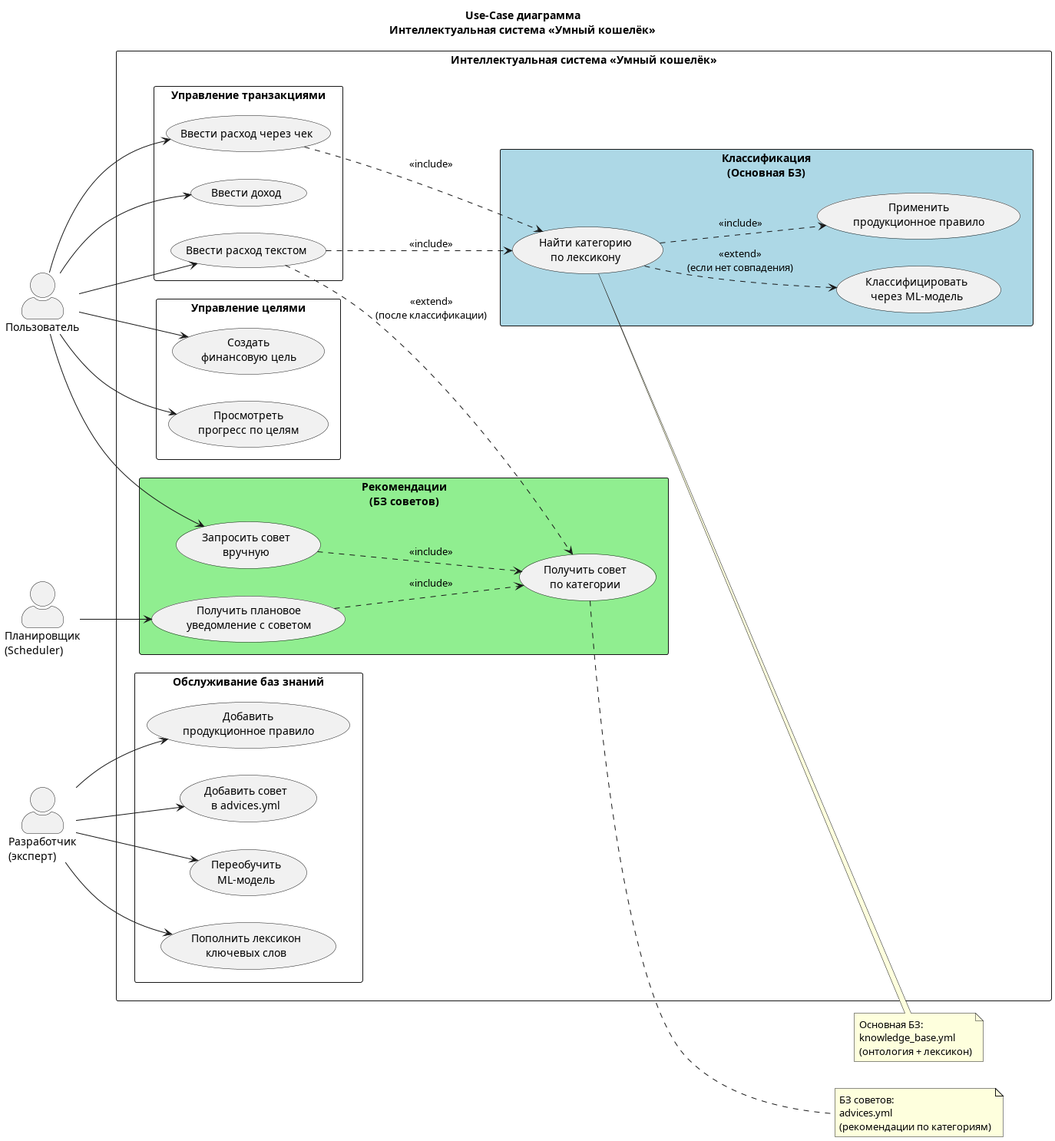
The PlantUML diagram out/diagrams/usecase/usecase.png in dekada314/SmartWallet, before a commit. Its diagram source:
```plantuml
@startuml
skinparam defaultFontName Arial
skinparam backgroundColor white
skinparam actorStyle awesome
left to right direction

title Use-Case диаграмма\nИнтеллектуальная система «Умный кошелёк»

actor "Пользователь" as User
actor "Разработчик\n(эксперт)" as Dev
actor "Планировщик\n(Scheduler)" as Sched

rectangle "Интеллектуальная система «Умный кошелёк»" {

    rectangle "Управление транзакциями" {
        usecase "Ввести расход текстом" as UC1
        usecase "Ввести расход через чек" as UC2
        usecase "Ввести доход" as UC3
    }

    rectangle "Классификация\n(Основная БЗ)" #LightBlue {
        usecase "Найти категорию\nпо лексикону" as UC4
        usecase "Классифицировать\nчерез ML-модель" as UC5
        usecase "Применить\nпродукционное правило" as UC6
    }

    rectangle "Рекомендации\n(БЗ советов)" #LightGreen {
        usecase "Получить совет\nпо категории" as UC7
        usecase "Получить плановое\nуведомление с советом" as UC8
        usecase "Запросить совет\nвручную" as UC9
    }

    rectangle "Управление целями" {
        usecase "Создать\nфинансовую цель" as UC10
        usecase "Просмотреть\nпрогресс по целям" as UC11
    }

    rectangle "Обслуживание баз знаний" {
        usecase "Пополнить лексикон\nключевых слов" as UC12
        usecase "Добавить\nпродукционное правило" as UC13
        usecase "Добавить совет\nв advices.yml" as UC14
        usecase "Переобучить\nML-модель" as UC15
    }
}

User --> UC1
User --> UC2
User --> UC3
User --> UC9
User --> UC10
User --> UC11

UC1 ..> UC4 : <<include>>
UC2 ..> UC4 : <<include>>
UC4 ..> UC5 : <<extend>>\n(если нет совпадения)
UC4 ..> UC6 : <<include>>
UC1 ..> UC7 : <<extend>>\n(после классификации)

Sched --> UC8
UC8 ..> UC7 : <<include>>
UC9 ..> UC7 : <<include>>

Dev --> UC12
Dev --> UC13
Dev --> UC14
Dev --> UC15

note right of UC4
  Основная БЗ:
  knowledge_base.yml
  (онтология + лексикон)
end note

note right of UC7
  БЗ советов:
  advices.yml
  (рекомендации по категориям)
end note

@enduml
```
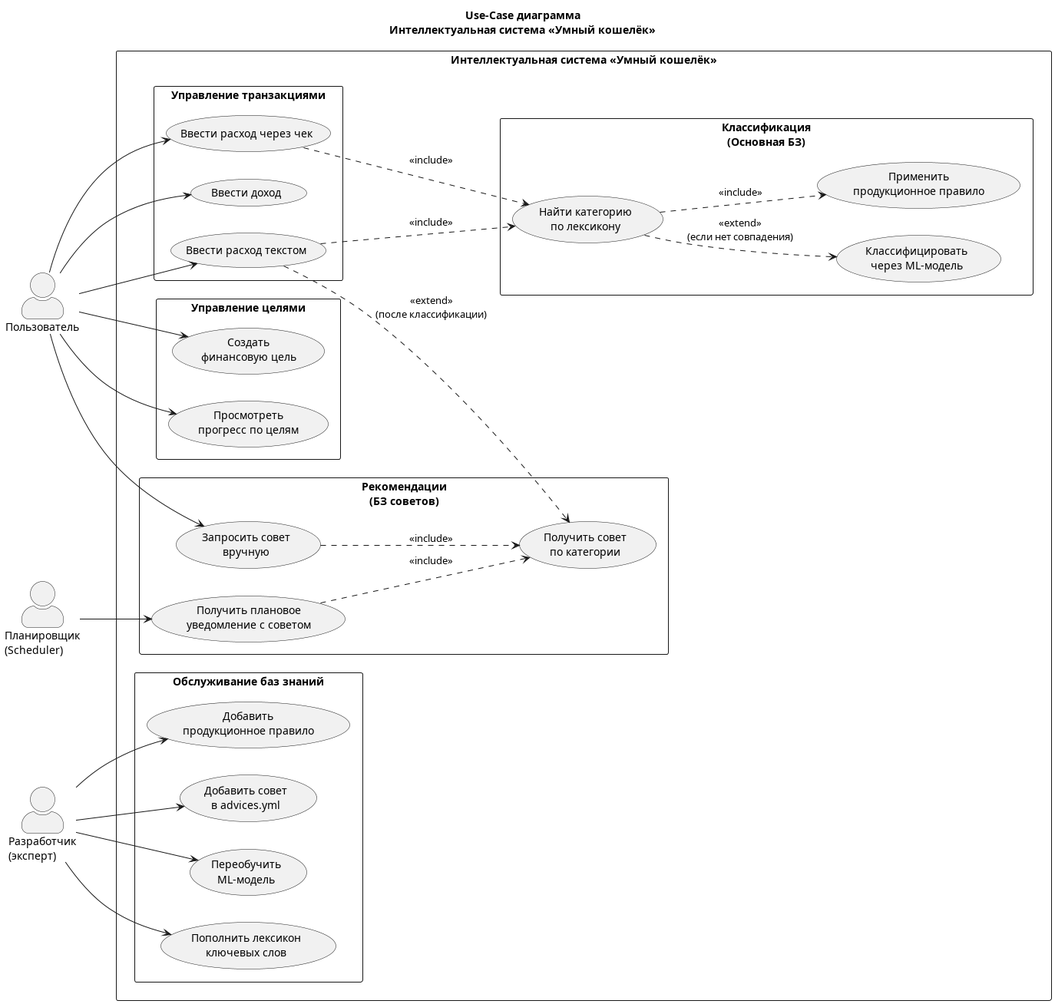
After the change.

Diff of the diagram source:
```diff
@@ -18,13 +18,13 @@
         usecase "Ввести доход" as UC3
     }
 
-    rectangle "Классификация\n(Основная БЗ)" #LightBlue {
+    rectangle "Классификация\n(Основная БЗ)"  {
         usecase "Найти категорию\nпо лексикону" as UC4
         usecase "Классифицировать\nчерез ML-модель" as UC5
         usecase "Применить\nпродукционное правило" as UC6
     }
 
-    rectangle "Рекомендации\n(БЗ советов)" #LightGreen {
+    rectangle "Рекомендации\n(БЗ советов)"  {
         usecase "Получить совет\nпо категории" as UC7
         usecase "Получить плановое\nуведомление с советом" as UC8
         usecase "Запросить совет\nвручную" as UC9
@@ -65,16 +65,5 @@
 Dev --> UC14
 Dev --> UC15
 
-note right of UC4
-  Основная БЗ:
-  knowledge_base.yml
-  (онтология + лексикон)
-end note
-
-note right of UC7
-  БЗ советов:
-  advices.yml
-  (рекомендации по категориям)
-end note
 
 @enduml
```
